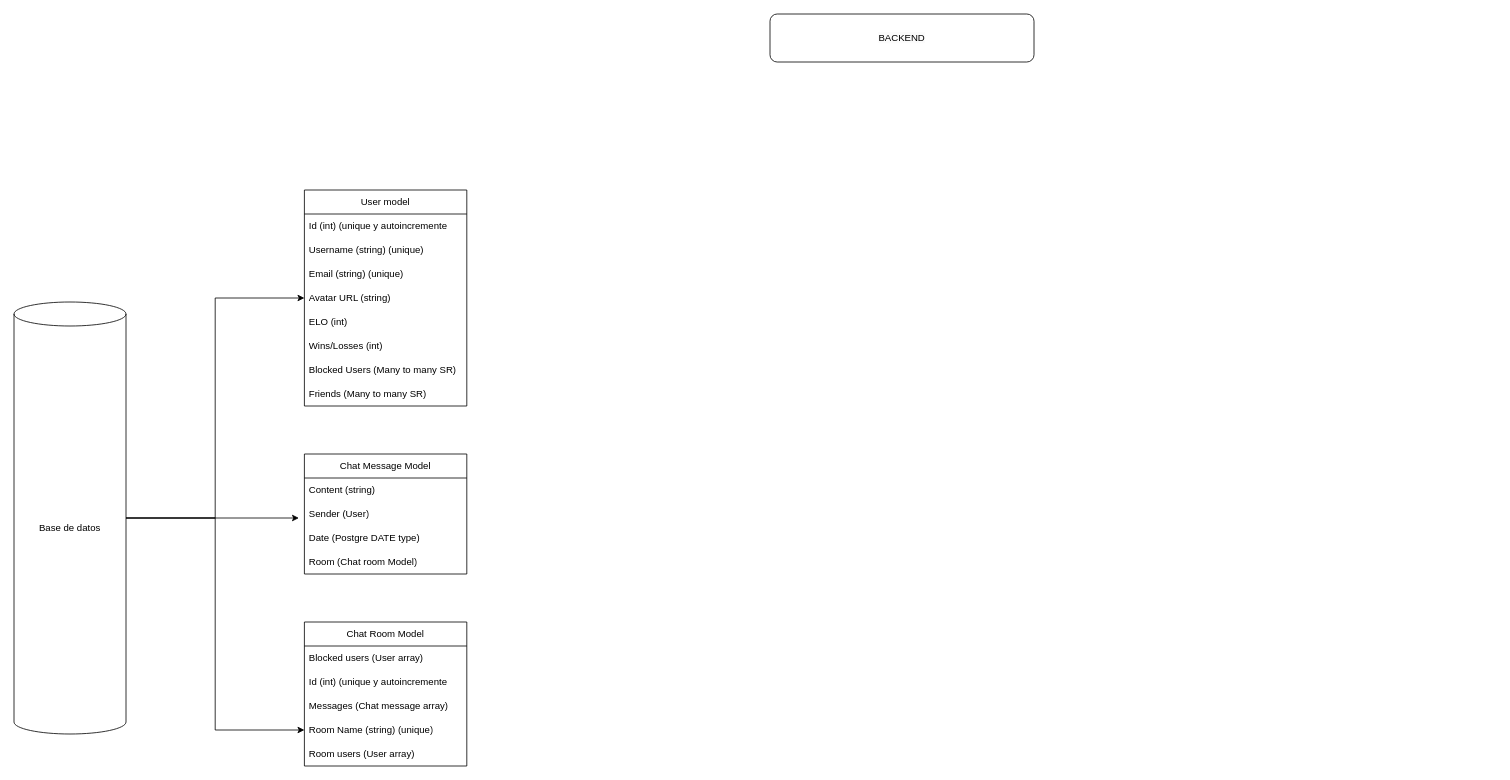
benatcastro/Transcendence keeps this draw.io diagram as backend/Untitled Diagram.drawio. Above is the earlier version. Source tidied: cells renumbered, new cells numbered last; positions are measured from the earlier drawing's top-left corner, leaving out a move shared by most shapes. Both pictures are drawn from the tidied source at 80%, with x=0, y=0 at pixel (14, 14).
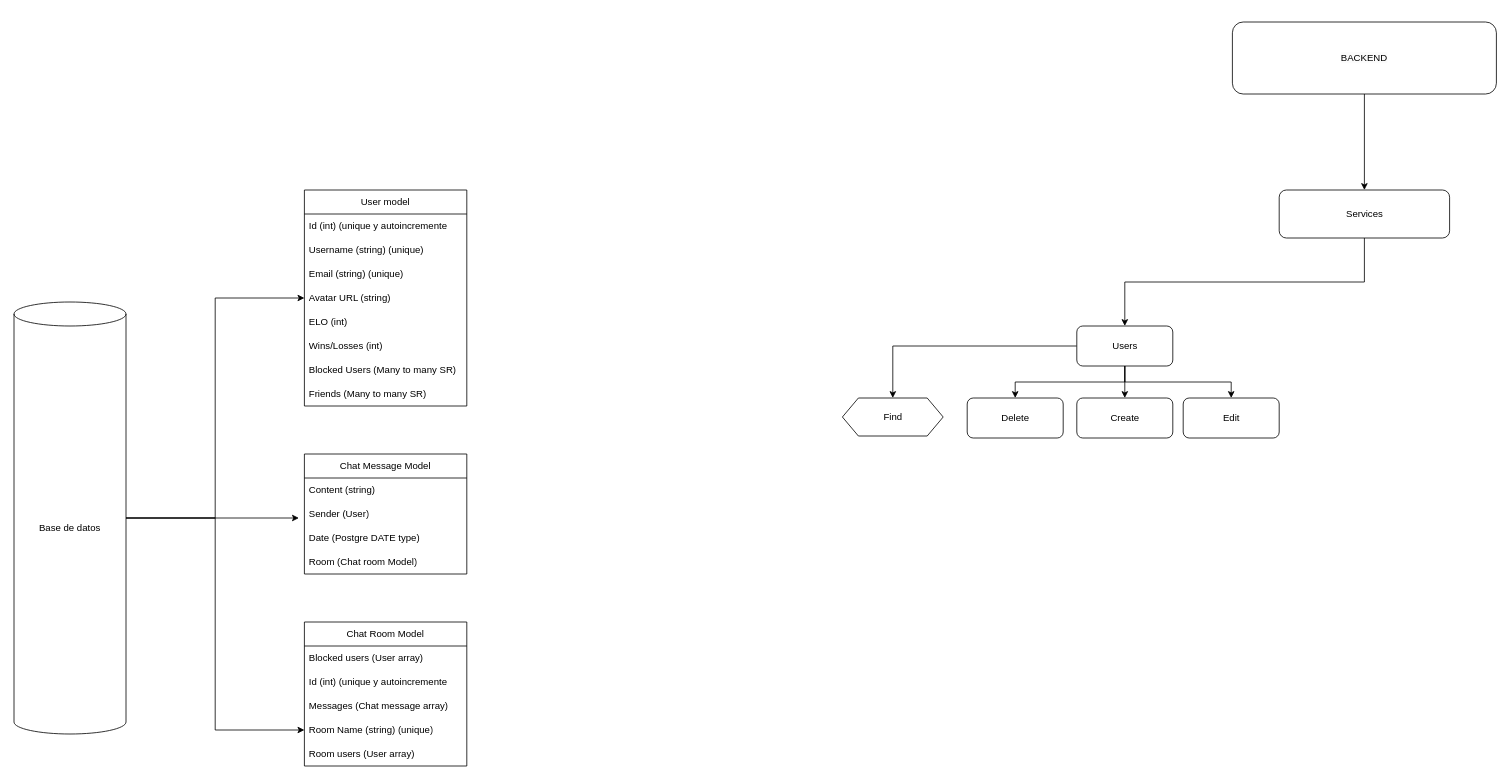
The same page after the edit.

The edit, as a diff of the source:
```diff
@@
+    <mxCell id="28" style="edgeStyle=orthogonalEdgeStyle;rounded=0;jettySize=auto;html=1;exitX=0.5;exitY=1;exitDx=0;exitDy=0;" parent="1" edge="1" source="2" target="31">
+      <mxGeometry relative="1" as="geometry" />
+    </mxCell>
     <mxCell id="2" value="&lt;span style=&quot;color: rgb(0, 0, 0); font-family: Helvetica; font-size: 12px; font-style: normal; font-variant-ligatures: normal; font-variant-caps: normal; font-weight: 400; letter-spacing: normal; orphans: 2; text-align: center; text-indent: 0px; text-transform: none; widows: 2; word-spacing: 0px; -webkit-text-stroke-width: 0px; background-color: rgb(251, 251, 251); text-decoration-thickness: initial; text-decoration-style: initial; text-decoration-color: initial; float: none; display: inline !important;&quot;&gt;BACKEND&lt;/span&gt;" style="rounded=1;whiteSpace=wrap;html=1;" parent="1" vertex="1">
-      <mxGeometry x="945" width="330" height="60" as="geometry" />
+      <mxGeometry x="1523" y="10" width="330" height="90" as="geometry" />
     </mxCell>
@@
+    <mxCell id="29" style="edgeStyle=orthogonalEdgeStyle;rounded=0;orthogonalLoop=1;jettySize=auto;html=1;exitX=0.5;exitY=1;exitDx=0;exitDy=0;" parent="1" edge="1" source="2" target="2">
+      <mxGeometry relative="1" as="geometry" />
+    </mxCell>
+    <mxCell id="30" style="edgeStyle=orthogonalEdgeStyle;rounded=0;jettySize=auto;html=1;exitX=0.5;exitY=1;exitDx=0;exitDy=0;" parent="1" edge="1" source="31" target="36">
+      <mxGeometry relative="1" as="geometry" />
+    </mxCell>
+    <mxCell id="31" value="Services" style="rounded=1;whiteSpace=wrap;html=1;" parent="1" vertex="1">
+      <mxGeometry x="1581.5" y="220" width="213" height="60" as="geometry" />
+    </mxCell>
+    <mxCell id="32" style="edgeStyle=orthogonalEdgeStyle;rounded=0;jettySize=auto;html=1;exitX=0.5;exitY=1;exitDx=0;exitDy=0;" parent="1" edge="1" source="36" target="39">
+      <mxGeometry relative="1" as="geometry" />
+    </mxCell>
+    <mxCell id="33" style="edgeStyle=orthogonalEdgeStyle;rounded=0;jettySize=auto;html=1;exitX=0.5;exitY=1;exitDx=0;exitDy=0;" parent="1" edge="1" source="36" target="38">
+      <mxGeometry relative="1" as="geometry" />
+    </mxCell>
+    <mxCell id="34" style="edgeStyle=orthogonalEdgeStyle;rounded=0;jettySize=auto;html=1;exitX=0.5;exitY=1;exitDx=0;exitDy=0;entryX=0.5;entryY=0;entryDx=0;entryDy=0;" parent="1" edge="1" source="36" target="37">
+      <mxGeometry relative="1" as="geometry" />
+    </mxCell>
+    <mxCell id="35" style="edgeStyle=orthogonalEdgeStyle;rounded=0;jettySize=auto;html=1;exitX=0;exitY=0.5;exitDx=0;exitDy=0;entryX=0.5;entryY=0;entryDx=0;entryDy=0;" parent="1" edge="1" source="36" target="40">
+      <mxGeometry relative="1" as="geometry" />
+    </mxCell>
+    <mxCell id="36" value="Users" style="rounded=1;whiteSpace=wrap;html=1;" parent="1" vertex="1">
+      <mxGeometry x="1328.5" y="390" width="120" height="50" as="geometry" />
+    </mxCell>
+    <mxCell id="37" value="Create" style="rounded=1;whiteSpace=wrap;html=1;" parent="1" vertex="1">
+      <mxGeometry x="1328.5" y="480" width="120" height="50" as="geometry" />
+    </mxCell>
+    <mxCell id="38" value="Edit" style="rounded=1;whiteSpace=wrap;html=1;" parent="1" vertex="1">
+      <mxGeometry x="1461.5" y="480" width="120" height="50" as="geometry" />
+    </mxCell>
+    <mxCell id="39" value="Delete" style="rounded=1;whiteSpace=wrap;html=1;" parent="1" vertex="1">
+      <mxGeometry x="1191.5" y="480" width="120" height="50" as="geometry" />
+    </mxCell>
+    <mxCell id="40" value="Find" style="shape=hexagon;perimeter=hexagonPerimeter2;whiteSpace=wrap;html=1;fixedSize=1;" parent="1" vertex="1">
+      <mxGeometry x="1035.5" y="480" width="126" height="47.5" as="geometry" />
+    </mxCell>
```
